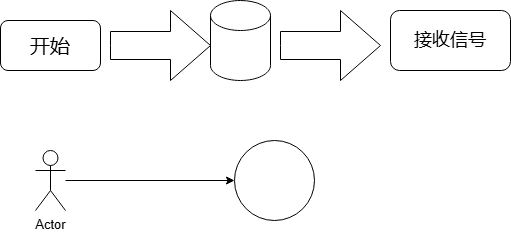
This is 流程构图.drawio.png from hellohyang/drawio, a draw.io export, as it was before one commit. Source tidied: cells renumbered, new cells last; positions are measured from the earlier drawing's top-left corner, leaving out a move shared by most shapes.
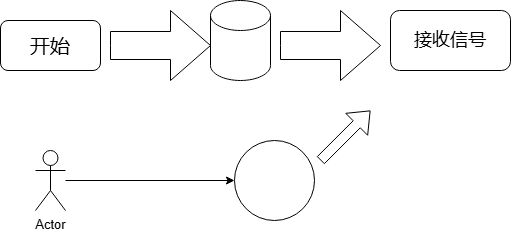
Later version of the same file.

Commit message:
更新流程构图.drawio.png

Diff of the diagram source:
```diff
@@ -26,5 +26,11 @@
     <mxCell id="9" style="endArrow=classic;html=1;rounded=0;entryX=0;entryY=0.5;entryDx=0;entryDy=0;" parent="1" edge="1" source="7" target="8">
       <mxGeometry relative="1" as="geometry" />
     </mxCell>
+    <mxCell id="10" style="shape=flexArrow;endArrow=classic;html=1;rounded=0;" parent="1" edge="1">
+      <mxGeometry relative="1" as="geometry">
+        <mxPoint x="320" y="160" as="sourcePoint" />
+        <mxPoint x="370" y="110" as="targetPoint" />
+      </mxGeometry>
+    </mxCell>
   </root>
 </mxGraphModel>
```
